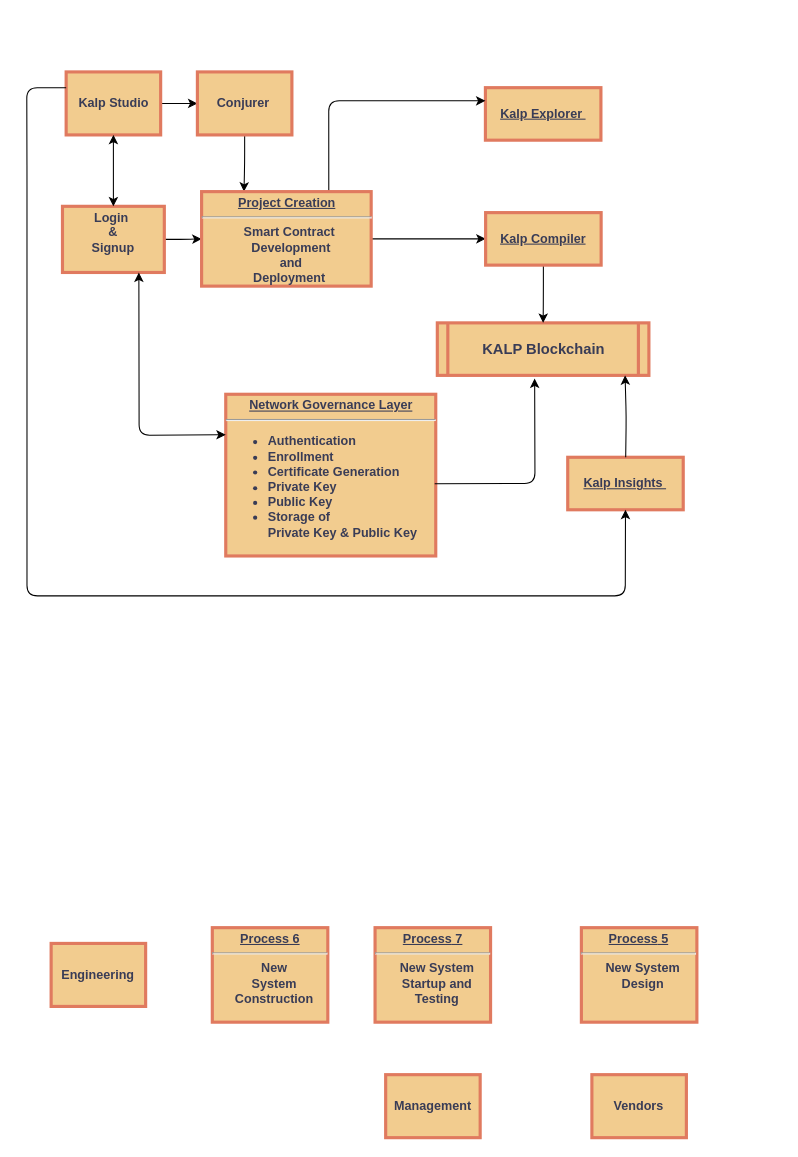
Earlier version of the draw.io diagram Untitled Diagram.drawio (gauravtwr/Kalp). Source tidied: cells renumbered, new cells numbered last; positions are measured from the earlier drawing's top-left corner, leaving out a move shared by most shapes. Both pictures are drawn from the tidied source at 105%, with x=0, y=0 at pixel (26, 71).
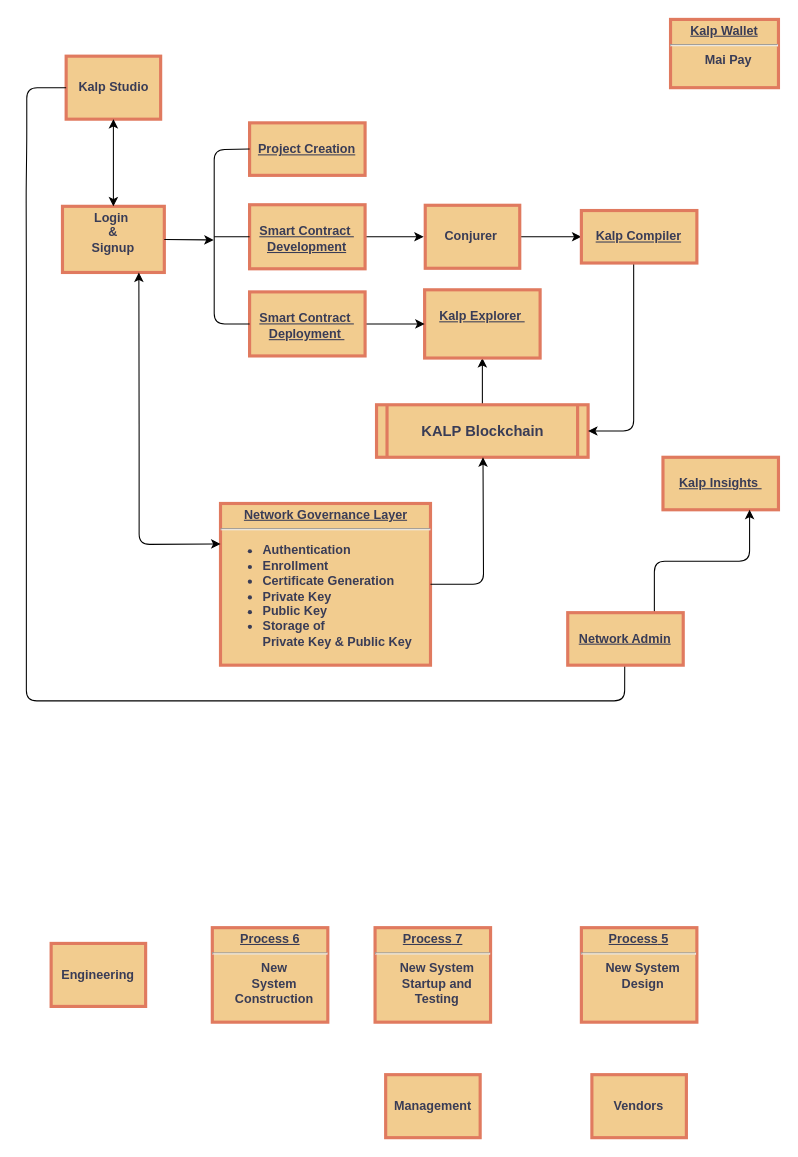
The same diagram, later.

The change refers to these unchanged cells:
```xml
<mxCell id="3" value="&lt;p style=&quot;margin: 4px 0px 0px;&quot;&gt;&lt;/p&gt;&lt;div style=&quot;&quot;&gt;&lt;span style=&quot;background-color: initial;&quot;&gt;&lt;font style=&quot;font-size: 12px;&quot;&gt;Login&amp;nbsp;&lt;/font&gt;&lt;/span&gt;&lt;/div&gt;&lt;div style=&quot;&quot;&gt;&lt;span style=&quot;background-color: initial;&quot;&gt;&lt;font style=&quot;font-size: 12px;&quot;&gt;&amp;amp;&lt;br&gt;&lt;/font&gt;&lt;/span&gt;&lt;/div&gt;&lt;div style=&quot;&quot;&gt;&lt;span style=&quot;background-color: initial;&quot;&gt;&lt;font style=&quot;font-size: 12px;&quot;&gt;Signup&lt;/font&gt;&lt;/span&gt;&lt;/div&gt;&lt;p&gt;&lt;/p&gt;" style="verticalAlign=middle;align=center;overflow=fill;fontSize=12;fontFamily=Helvetica;html=1;rounded=0;fontStyle=1;strokeWidth=3;arcSize=0;labelBackgroundColor=none;fillColor=#F2CC8F;strokeColor=#E07A5F;fontColor=#393C56;" parent="1" vertex="1">
  <mxGeometry x="34" y="128" width="97" height="63" as="geometry" />
</mxCell>
```

Diff of the diagram source:
```diff
@@
-    <mxCell id="2" style="edgeStyle=orthogonalEdgeStyle;jettySize=auto;html=1;" parent="1" edge="1" source="3" target="20">
-      <mxGeometry relative="1" as="geometry" />
-    </mxCell>
@@
-    <mxCell id="4" style="edgeStyle=orthogonalEdgeStyle;jettySize=auto;html=1;" parent="1" edge="1" source="5" target="12">
-      <mxGeometry relative="1" as="geometry" />
-    </mxCell>
     <mxCell id="5" value="Kalp Studio" style="whiteSpace=wrap;align=center;verticalAlign=middle;fontStyle=1;strokeWidth=3;labelBackgroundColor=none;fillColor=#F2CC8F;strokeColor=#E07A5F;fontColor=#393C56;rounded=0;" parent="1" vertex="1">
-      <mxGeometry x="37.5" width="90" height="60" as="geometry" />
+      <mxGeometry x="37.5" y="-15" width="90" height="60" as="geometry" />
     </mxCell>
+    <mxCell id="29" style="edgeStyle=orthogonalEdgeStyle;jettySize=auto;html=1;entryX=0.5;entryY=1;entryDx=0;entryDy=0;" parent="1" edge="1" source="6" target="8">
+      <mxGeometry relative="1" as="geometry" />
+    </mxCell>
     <mxCell id="6" value="KALP Blockchain" style="shape=process;whiteSpace=wrap;align=center;verticalAlign=middle;size=0.0475;fontStyle=1;strokeWidth=3;fontSize=14;labelBackgroundColor=none;fillColor=#F2CC8F;strokeColor=#E07A5F;fontColor=#393C56;rounded=0;" parent="1" vertex="1">
-      <mxGeometry x="391" y="239" width="201.5" height="50" as="geometry" />
+      <mxGeometry x="333.1" y="317" width="201.5" height="50" as="geometry" />
     </mxCell>
     <mxCell id="7" value="&lt;p style=&quot;margin: 4px 0px 0px; text-decoration: underline;&quot;&gt;&lt;strong&gt;Network Governance Layer&lt;br&gt;&lt;/strong&gt;&lt;/p&gt;&lt;hr&gt;&lt;p style=&quot;margin: 0px 0px 0px 8px;&quot;&gt;&lt;/p&gt;&lt;ul&gt;&lt;li style=&quot;text-align: left;&quot;&gt;Authentication&lt;/li&gt;&lt;li style=&quot;text-align: left;&quot;&gt;Enrollment&amp;nbsp;&lt;/li&gt;&lt;li style=&quot;text-align: left;&quot;&gt;Certificate Generation&lt;/li&gt;&lt;li style=&quot;text-align: left;&quot;&gt;&lt;span style=&quot;background-color: initial;&quot;&gt;Private Key&amp;nbsp;&lt;/span&gt;&lt;/li&gt;&lt;li style=&quot;text-align: left;&quot;&gt;&lt;span style=&quot;background-color: initial;&quot;&gt;Public Key&amp;nbsp;&lt;/span&gt;&lt;/li&gt;&lt;li&gt;&lt;div style=&quot;text-align: left;&quot;&gt;&lt;span style=&quot;background-color: initial;&quot;&gt;Storage of&amp;nbsp;&lt;/span&gt;&lt;/div&gt;&lt;div style=&quot;text-align: left;&quot;&gt;&lt;span style=&quot;background-color: initial;&quot;&gt;Private Key &amp;amp; Public Key&amp;nbsp;&lt;/span&gt;&lt;/div&gt;&lt;/li&gt;&lt;/ul&gt;&lt;p&gt;&lt;/p&gt;" style="verticalAlign=middle;align=center;overflow=fill;fontSize=12;fontFamily=Helvetica;html=1;rounded=0;fontStyle=1;strokeWidth=3;labelBackgroundColor=none;fillColor=#F2CC8F;strokeColor=#E07A5F;fontColor=#393C56;" parent="1" vertex="1">
-      <mxGeometry x="189.5" y="307" width="200" height="154" as="geometry" />
+      <mxGeometry x="184.5" y="411" width="200" height="154" as="geometry" />
     </mxCell>
     <mxCell id="8" value="&lt;p style=&quot;margin: 0px; margin-top: 4px; text-align: center; text-decoration: underline;&quot;&gt;&lt;br&gt;Kalp Explorer&amp;nbsp;&lt;/p&gt;" style="verticalAlign=middle;align=center;overflow=fill;fontSize=12;fontFamily=Helvetica;html=1;rounded=0;fontStyle=1;strokeWidth=3;labelBackgroundColor=none;fillColor=#F2CC8F;strokeColor=#E07A5F;fontColor=#393C56;" parent="1" vertex="1">
-      <mxGeometry x="436.8" y="15" width="110" height="50" as="geometry" />
+      <mxGeometry x="378.9" y="207.5" width="110" height="65" as="geometry" />
     </mxCell>
@@
-    <mxCell id="11" style="edgeStyle=orthogonalEdgeStyle;jettySize=auto;html=1;entryX=0.25;entryY=0;entryDx=0;entryDy=0;" parent="1" edge="1" source="12" target="20">
-      <mxGeometry relative="1" as="geometry" />
-    </mxCell>
+    <mxCell id="30" style="edgeStyle=orthogonalEdgeStyle;jettySize=auto;html=1;entryX=0;entryY=0.5;entryDx=0;entryDy=0;" parent="1" edge="1" source="12" target="27">
+      <mxGeometry relative="1" as="geometry" />
+    </mxCell>
     <mxCell id="12" value="Conjurer " style="whiteSpace=wrap;align=center;verticalAlign=middle;fontStyle=1;strokeWidth=3;labelBackgroundColor=none;fillColor=#F2CC8F;strokeColor=#E07A5F;fontColor=#393C56;rounded=0;" parent="1" vertex="1">
-      <mxGeometry x="162.5" width="90" height="60" as="geometry" />
+      <mxGeometry x="379.5" y="127" width="90" height="60" as="geometry" />
     </mxCell>
@@
-    <mxCell id="18" style="edgeStyle=orthogonalEdgeStyle;jettySize=auto;html=1;exitX=0.75;exitY=0;exitDx=0;exitDy=0;entryX=0;entryY=0.25;entryDx=0;entryDy=0;" parent="1" edge="1" source="20" target="8">
-      <mxGeometry relative="1" as="geometry" />
-    </mxCell>
-    <mxCell id="19" style="edgeStyle=orthogonalEdgeStyle;jettySize=auto;html=1;" parent="1" edge="1" source="20" target="27">
-      <mxGeometry relative="1" as="geometry" />
-    </mxCell>
-    <mxCell id="20" value="&lt;p style=&quot;margin: 0px; margin-top: 4px; text-align: center; text-decoration: underline;&quot;&gt;&lt;strong&gt;Project Creation&lt;br&gt;&lt;/strong&gt;&lt;/p&gt;&lt;hr&gt;&lt;p style=&quot;margin: 0px; margin-left: 8px;&quot;&gt;Smart Contract&amp;nbsp;&lt;br&gt;Development&lt;br&gt;and &lt;br&gt;Deployment&amp;nbsp;&lt;/p&gt;" style="verticalAlign=middle;align=center;overflow=fill;fontSize=12;fontFamily=Helvetica;html=1;rounded=0;fontStyle=1;strokeWidth=3;labelBackgroundColor=none;arcSize=1;fillColor=#F2CC8F;strokeColor=#E07A5F;fontColor=#393C56;" parent="1" vertex="1">
-      <mxGeometry x="166.5" y="114" width="161.5" height="90" as="geometry" />
-    </mxCell>
@@
     <mxCell id="22" style="endArrow=classic;startArrow=classic;html=1;exitX=0;exitY=0.25;exitDx=0;exitDy=0;entryX=0.75;entryY=1;entryDx=0;entryDy=0;" parent="1" edge="1" source="7" target="3">
       <mxGeometry relative="1" as="geometry">
         <Array as="points">
+          <mxPoint x="107" y="450" />
+          <mxPoint x="107" y="415" />
           <mxPoint x="107" y="346" />
         </Array>
       </mxGeometry>
     </mxCell>
-    <mxCell id="23" style="endArrow=classic;html=1;exitX=0.995;exitY=0.553;exitDx=0;exitDy=0;exitPerimeter=0;entryX=0.46;entryY=1.06;entryDx=0;entryDy=0;entryPerimeter=0;" parent="1" edge="1" source="7" target="6">
-      <mxGeometry relative="1" as="geometry">
-        <Array as="points">
-          <mxPoint x="484" y="392" />
-        </Array>
-      </mxGeometry>
-    </mxCell>
     <mxCell id="24" value="&lt;p style=&quot;margin: 0px; margin-top: 4px; text-align: center; text-decoration: underline;&quot;&gt;&lt;br&gt;Kalp Insights&amp;nbsp;&lt;/p&gt;" style="verticalAlign=middle;align=center;overflow=fill;fontSize=12;fontFamily=Helvetica;html=1;rounded=0;fontStyle=1;strokeWidth=3;labelBackgroundColor=none;fillColor=#F2CC8F;strokeColor=#E07A5F;fontColor=#393C56;" parent="1" vertex="1">
-      <mxGeometry x="515.2" y="367" width="110" height="50" as="geometry" />
+      <mxGeometry x="605.9" y="367" width="110" height="50" as="geometry" />
     </mxCell>
-    <mxCell id="25" style="edgeStyle=orthogonalEdgeStyle;orthogonalLoop=1;jettySize=auto;html=1;exitX=0.25;exitY=0;exitDx=0;exitDy=0;entryX=0.75;entryY=1;entryDx=0;entryDy=0;" parent="1" edge="1">
-      <mxGeometry relative="1" as="geometry">
-        <mxPoint x="570.4" y="367" as="sourcePoint" />
-        <mxPoint x="569.8" y="289" as="targetPoint" />
-      </mxGeometry>
-    </mxCell>
     <mxCell id="26" style="edgeStyle=orthogonalEdgeStyle;jettySize=auto;html=1;" parent="1" edge="1" source="27" target="6">
-      <mxGeometry relative="1" as="geometry" />
+      <mxGeometry relative="1" as="geometry">
+        <Array as="points">
+          <mxPoint x="578" y="342" />
+        </Array>
+      </mxGeometry>
     </mxCell>
     <mxCell id="27" value="&lt;p style=&quot;margin: 0px; margin-top: 4px; text-align: center; text-decoration: underline;&quot;&gt;&lt;br&gt;Kalp Compiler&lt;/p&gt;&lt;p style=&quot;margin: 0px; margin-top: 4px; text-align: center; text-decoration: underline;&quot;&gt;&lt;br&gt;&lt;/p&gt;" style="verticalAlign=middle;align=center;overflow=fill;fontSize=12;fontFamily=Helvetica;html=1;rounded=0;fontStyle=1;strokeWidth=3;labelBackgroundColor=none;fillColor=#F2CC8F;strokeColor=#E07A5F;fontColor=#393C56;" parent="1" vertex="1">
-      <mxGeometry x="437" y="134" width="110" height="50" as="geometry" />
+      <mxGeometry x="528.2" y="132" width="110" height="50" as="geometry" />
     </mxCell>
-    <mxCell id="28" style="endArrow=classic;html=1;entryX=0.5;entryY=1;entryDx=0;entryDy=0;exitX=0;exitY=0.25;exitDx=0;exitDy=0;" parent="1" edge="1" source="5" target="24">
+    <mxCell id="28" style="endArrow=classic;html=1;entryX=0.5;entryY=1;entryDx=0;entryDy=0;exitX=0;exitY=0.5;exitDx=0;exitDy=0;" parent="1" edge="1" source="5">
       <mxGeometry relative="1" as="geometry">
+        <mxPoint x="569.6" y="517" as="targetPoint" />
         <Array as="points">
           <mxPoint y="15" />
-          <mxPoint x="0.2" y="99" />
-          <mxPoint x="0.2" y="199" />
-          <mxPoint x="0.2" y="249" />
-          <mxPoint x="0.2" y="499" />
-          <mxPoint x="350.2" y="499" />
-          <mxPoint x="570" y="499" />
+          <mxPoint y="65" />
+          <mxPoint x="-0.6" y="115" />
+          <mxPoint x="-0.4" y="199" />
+          <mxPoint x="-0.4" y="299" />
+          <mxPoint x="-0.4" y="349" />
+          <mxPoint x="-0.4" y="599" />
+          <mxPoint x="349.6" y="599" />
+          <mxPoint x="569.4" y="599" />
         </Array>
       </mxGeometry>
     </mxCell>
+    <mxCell id="31" style="edgeStyle=orthogonalEdgeStyle;jettySize=auto;html=1;exitX=0.75;exitY=0;exitDx=0;exitDy=0;entryX=0.75;entryY=1;entryDx=0;entryDy=0;" parent="1" edge="1" source="32" target="24">
+      <mxGeometry relative="1" as="geometry" />
+    </mxCell>
+    <mxCell id="32" value="&lt;p style=&quot;margin: 0px; margin-top: 4px; text-align: center; text-decoration: underline;&quot;&gt;&lt;br&gt;Network Admin&lt;/p&gt;" style="verticalAlign=middle;align=center;overflow=fill;fontSize=12;fontFamily=Helvetica;html=1;rounded=0;fontStyle=1;strokeWidth=3;labelBackgroundColor=none;fillColor=#F2CC8F;strokeColor=#E07A5F;fontColor=#393C56;" parent="1" vertex="1">
+      <mxGeometry x="515.2" y="515" width="110" height="50" as="geometry" />
+    </mxCell>
+    <mxCell id="33" value="&lt;p style=&quot;margin: 0px; margin-top: 4px; text-align: center; text-decoration: underline;&quot;&gt;&lt;strong&gt;Kalp Wallet&lt;br&gt;&lt;/strong&gt;&lt;/p&gt;&lt;hr&gt;&lt;p style=&quot;margin: 0px; margin-left: 8px;&quot;&gt;Mai Pay&lt;br&gt;&lt;br&gt;&lt;/p&gt;" style="verticalAlign=middle;align=center;overflow=fill;fontSize=12;fontFamily=Helvetica;html=1;rounded=0;fontStyle=1;strokeWidth=3;labelBackgroundColor=none;arcSize=1;fillColor=#F2CC8F;strokeColor=#E07A5F;fontColor=#393C56;" parent="1" vertex="1">
+      <mxGeometry x="613.1" y="-50" width="102.8" height="65" as="geometry" />
+    </mxCell>
+    <mxCell id="34" value="&lt;p style=&quot;margin: 0px; margin-top: 4px; text-align: center; text-decoration: underline;&quot;&gt;&lt;br&gt;Project Creation&lt;/p&gt;" style="verticalAlign=middle;align=center;overflow=fill;fontSize=12;fontFamily=Helvetica;html=1;rounded=0;fontStyle=1;strokeWidth=3;labelBackgroundColor=none;fillColor=#F2CC8F;strokeColor=#E07A5F;fontColor=#393C56;" parent="1" vertex="1">
+      <mxGeometry x="212.2" y="48.5" width="110" height="50" as="geometry" />
+    </mxCell>
+    <mxCell id="35" style="edgeStyle=orthogonalEdgeStyle;jettySize=auto;html=1;" parent="1" edge="1" source="36">
+      <mxGeometry relative="1" as="geometry">
+        <mxPoint x="378" y="157" as="targetPoint" />
+      </mxGeometry>
+    </mxCell>
+    <mxCell id="36" value="&lt;p style=&quot;margin: 0px; margin-top: 4px; text-align: center; text-decoration: underline;&quot;&gt;&lt;br&gt;Smart Contract&amp;nbsp;&lt;br style=&quot;border-color: var(--border-color);&quot;&gt;Development&lt;br&gt;&lt;/p&gt;" style="verticalAlign=middle;align=center;overflow=fill;fontSize=12;fontFamily=Helvetica;html=1;rounded=0;fontStyle=1;strokeWidth=3;labelBackgroundColor=none;fillColor=#F2CC8F;strokeColor=#E07A5F;fontColor=#393C56;" parent="1" vertex="1">
+      <mxGeometry x="212.2" y="126.5" width="110" height="61" as="geometry" />
+    </mxCell>
+    <mxCell id="37" style="edgeStyle=orthogonalEdgeStyle;jettySize=auto;html=1;entryX=0;entryY=0.5;entryDx=0;entryDy=0;" parent="1" edge="1" source="38" target="8">
+      <mxGeometry relative="1" as="geometry" />
+    </mxCell>
+    <mxCell id="38" value="&lt;p style=&quot;margin: 0px; margin-top: 4px; text-align: center; text-decoration: underline;&quot;&gt;&lt;br&gt;Smart Contract&amp;nbsp;&lt;br style=&quot;border-color: var(--border-color);&quot;&gt;Deployment&amp;nbsp;&lt;br&gt;&lt;/p&gt;" style="verticalAlign=middle;align=center;overflow=fill;fontSize=12;fontFamily=Helvetica;html=1;rounded=0;fontStyle=1;strokeWidth=3;labelBackgroundColor=none;fillColor=#F2CC8F;strokeColor=#E07A5F;fontColor=#393C56;" parent="1" vertex="1">
+      <mxGeometry x="212.2" y="209.5" width="110" height="61" as="geometry" />
+    </mxCell>
+    <mxCell id="39" style="endArrow=none;html=1;entryX=0;entryY=0.5;entryDx=0;entryDy=0;exitX=0;exitY=0.5;exitDx=0;exitDy=0;" parent="1" edge="1" source="38" target="34">
+      <mxGeometry relative="1" as="geometry">
+        <Array as="points">
+          <mxPoint x="178.5" y="240" />
+          <mxPoint x="178.5" y="165" />
+          <mxPoint x="178.5" y="115" />
+          <mxPoint x="178.5" y="74" />
+        </Array>
+      </mxGeometry>
+    </mxCell>
+    <mxCell id="40" style="endArrow=none;html=1;entryX=0;entryY=0.5;entryDx=0;entryDy=0;" parent="1" edge="1" target="36">
+      <mxGeometry relative="1" as="geometry">
+        <mxPoint x="178.5" y="157" as="sourcePoint" />
+      </mxGeometry>
+    </mxCell>
+    <mxCell id="41" style="endArrow=classic;html=1;exitX=1;exitY=0.5;exitDx=0;exitDy=0;" parent="1" edge="1" source="3">
+      <mxGeometry relative="1" as="geometry">
+        <mxPoint x="178" y="160" as="targetPoint" />
+      </mxGeometry>
+    </mxCell>
+    <mxCell id="42" style="edgeStyle=orthogonalEdgeStyle;jettySize=auto;html=1;exitX=1;exitY=0.5;exitDx=0;exitDy=0;entryX=0.471;entryY=0.96;entryDx=0;entryDy=0;entryPerimeter=0;" parent="1" edge="1" source="7">
+      <mxGeometry relative="1" as="geometry">
+        <mxPoint x="434.5" y="367" as="targetPoint" />
+      </mxGeometry>
+    </mxCell>
```
